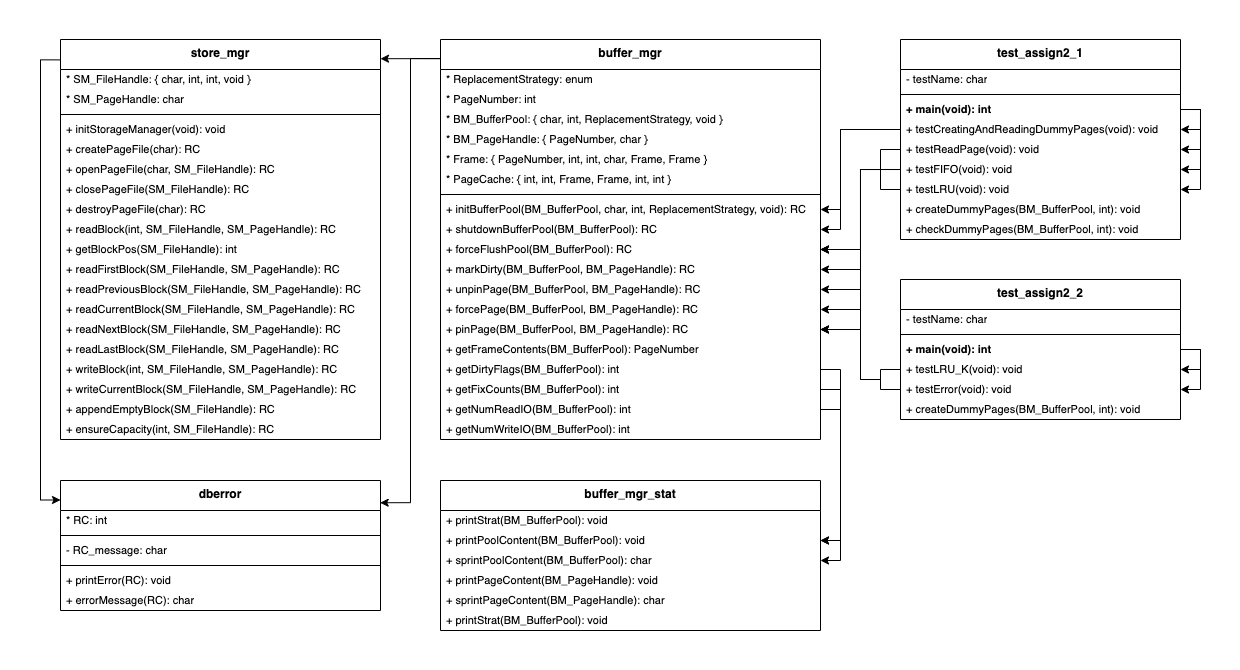
Above: assign2/hierarchy.png in hanggrian/IIT-CS525 (draw.io), before the change. Source tidied: cells renumbered, new cells last; positions are measured from the earlier drawing's top-left corner, leaving out a move shared by most shapes.
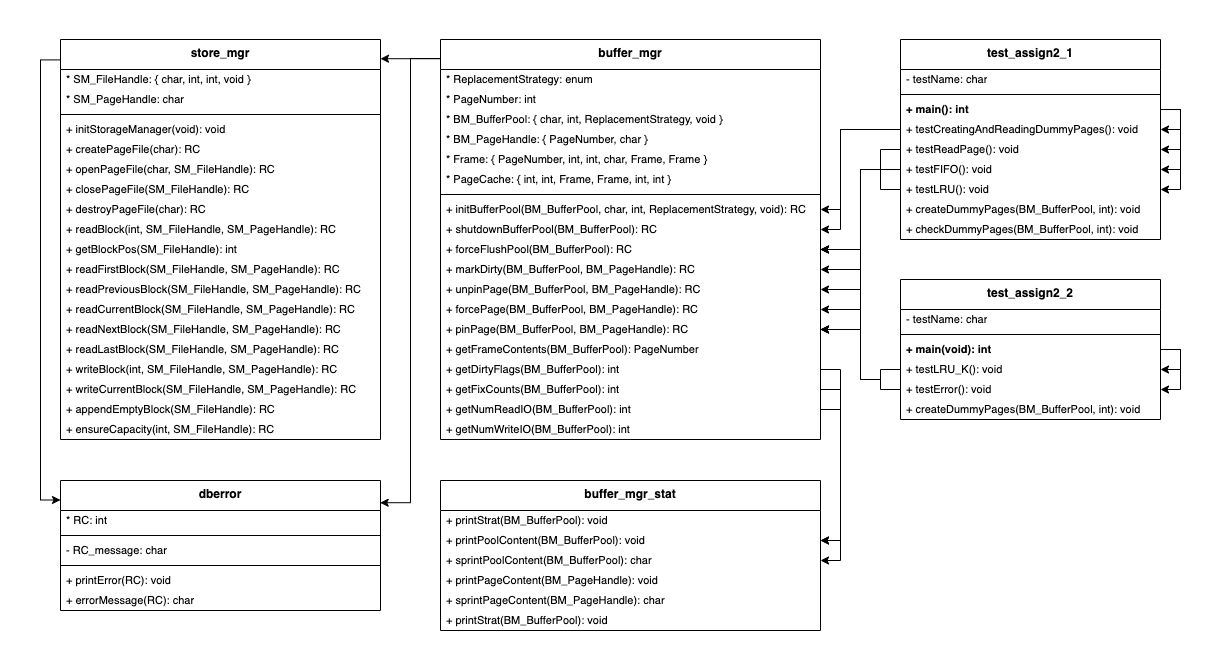
The same file after the commit.

Commit message:
Add assign3 hierarchy & interactive

The edit, as a diff of the source:
```diff
@@ -84,13 +84,13 @@
       <mxGeometry y="110" width="320" height="20" as="geometry" />
     </mxCell>
     <mxCell id="29" value="test_assign2_1" style="swimlane;fontStyle=1;align=center;verticalAlign=top;horizontal=1;startSize=30;whiteSpace=wrap;html=1;" parent="1" vertex="1">
-      <mxGeometry x="860" width="280" height="200" as="geometry" />
+      <mxGeometry x="860" width="260" height="200" as="geometry" />
     </mxCell>
     <mxCell id="30" value="- testName: char" style="text;strokeColor=none;fillColor=none;align=left;verticalAlign=middle;spacingLeft=4;spacingRight=4;overflow=hidden;whiteSpace=wrap;html=1;fontSize=11;" parent="29" vertex="1">
-      <mxGeometry y="30" width="280" height="20" as="geometry" />
+      <mxGeometry y="30" width="260" height="20" as="geometry" />
     </mxCell>
     <mxCell id="31" style="line;strokeWidth=1;fillColor=none;align=left;verticalAlign=middle;spacingTop=0;spacingLeft=0;spacingRight=0;labelPosition=right;strokeColor=inherit;spacing=0;" parent="29" vertex="1">
-      <mxGeometry y="50" width="280" height="10" as="geometry" />
+      <mxGeometry y="50" width="260" height="10" as="geometry" />
     </mxCell>
     <mxCell id="32" style="edgeStyle=orthogonalEdgeStyle;rounded=0;jettySize=auto;html=1;exitX=1;exitY=0.5;exitDx=0;exitDy=0;entryX=1;entryY=0.5;entryDx=0;entryDy=0;" parent="29" edge="1" source="36" target="39">
       <mxGeometry relative="1" as="geometry" />
@@ -98,8 +98,8 @@
     <mxCell id="33" style="edgeStyle=orthogonalEdgeStyle;rounded=0;jettySize=auto;html=1;exitX=1;exitY=0.5;exitDx=0;exitDy=0;entryX=1;entryY=0.5;entryDx=0;entryDy=0;" parent="29" edge="1" source="36" target="37">
       <mxGeometry relative="1" as="geometry">
         <Array as="points">
-          <mxPoint x="300" y="70" />
-          <mxPoint x="300" y="90" />
+          <mxPoint x="280" y="70" />
+          <mxPoint x="280" y="90" />
         </Array>
       </mxGeometry>
     </mxCell>
@@ -109,26 +109,26 @@
     <mxCell id="35" style="edgeStyle=orthogonalEdgeStyle;rounded=0;jettySize=auto;html=1;exitX=1;exitY=0.5;exitDx=0;exitDy=0;entryX=1;entryY=0.5;entryDx=0;entryDy=0;" parent="29" edge="1" source="36" target="40">
       <mxGeometry relative="1" as="geometry" />
     </mxCell>
-    <mxCell id="36" value="+ main(void): int" style="text;strokeColor=none;fillColor=none;align=left;verticalAlign=middle;spacingLeft=4;spacingRight=4;overflow=hidden;points=[[0,0.5],[1,0.5]];portConstraint=eastwest;whiteSpace=wrap;html=1;fontSize=11;fontStyle=1;" parent="29" vertex="1">
-      <mxGeometry y="60" width="280" height="20" as="geometry" />
+    <mxCell id="36" value="+ main(): int" style="text;strokeColor=none;fillColor=none;align=left;verticalAlign=middle;spacingLeft=4;spacingRight=4;overflow=hidden;points=[[0,0.5],[1,0.5]];portConstraint=eastwest;whiteSpace=wrap;html=1;fontSize=11;fontStyle=1;" parent="29" vertex="1">
+      <mxGeometry y="60" width="260" height="20" as="geometry" />
     </mxCell>
-    <mxCell id="37" value="+ testCreatingAndReadingDummyPages(void): void" style="text;strokeColor=none;fillColor=none;align=left;verticalAlign=middle;spacingLeft=4;spacingRight=4;overflow=hidden;points=[[0,0.5],[1,0.5]];portConstraint=eastwest;whiteSpace=wrap;html=1;fontSize=11;" parent="29" vertex="1">
-      <mxGeometry y="80" width="280" height="20" as="geometry" />
+    <mxCell id="37" value="+ testCreatingAndReadingDummyPages(): void" style="text;strokeColor=none;fillColor=none;align=left;verticalAlign=middle;spacingLeft=4;spacingRight=4;overflow=hidden;points=[[0,0.5],[1,0.5]];portConstraint=eastwest;whiteSpace=wrap;html=1;fontSize=11;" parent="29" vertex="1">
+      <mxGeometry y="80" width="260" height="20" as="geometry" />
     </mxCell>
-    <mxCell id="38" value="+ testReadPage(void): void" style="text;strokeColor=none;fillColor=none;align=left;verticalAlign=middle;spacingLeft=4;spacingRight=4;overflow=hidden;points=[[0,0.5],[1,0.5]];portConstraint=eastwest;whiteSpace=wrap;html=1;fontSize=11;" parent="29" vertex="1">
-      <mxGeometry y="100" width="280" height="20" as="geometry" />
+    <mxCell id="38" value="+ testReadPage(): void" style="text;strokeColor=none;fillColor=none;align=left;verticalAlign=middle;spacingLeft=4;spacingRight=4;overflow=hidden;points=[[0,0.5],[1,0.5]];portConstraint=eastwest;whiteSpace=wrap;html=1;fontSize=11;" parent="29" vertex="1">
+      <mxGeometry y="100" width="260" height="20" as="geometry" />
     </mxCell>
-    <mxCell id="39" value="+ testFIFO(void): void" style="text;strokeColor=none;fillColor=none;align=left;verticalAlign=middle;spacingLeft=4;spacingRight=4;overflow=hidden;points=[[0,0.5],[1,0.5]];portConstraint=eastwest;whiteSpace=wrap;html=1;fontSize=11;" parent="29" vertex="1">
-      <mxGeometry y="120" width="280" height="20" as="geometry" />
+    <mxCell id="39" value="+ testFIFO(): void" style="text;strokeColor=none;fillColor=none;align=left;verticalAlign=middle;spacingLeft=4;spacingRight=4;overflow=hidden;points=[[0,0.5],[1,0.5]];portConstraint=eastwest;whiteSpace=wrap;html=1;fontSize=11;" parent="29" vertex="1">
+      <mxGeometry y="120" width="260" height="20" as="geometry" />
     </mxCell>
-    <mxCell id="40" value="+ testLRU(void): void" style="text;strokeColor=none;fillColor=none;align=left;verticalAlign=middle;spacingLeft=4;spacingRight=4;overflow=hidden;points=[[0,0.5],[1,0.5]];portConstraint=eastwest;whiteSpace=wrap;html=1;fontSize=11;" parent="29" vertex="1">
-      <mxGeometry y="140" width="280" height="20" as="geometry" />
+    <mxCell id="40" value="+ testLRU(): void" style="text;strokeColor=none;fillColor=none;align=left;verticalAlign=middle;spacingLeft=4;spacingRight=4;overflow=hidden;points=[[0,0.5],[1,0.5]];portConstraint=eastwest;whiteSpace=wrap;html=1;fontSize=11;" parent="29" vertex="1">
+      <mxGeometry y="140" width="260" height="20" as="geometry" />
     </mxCell>
     <mxCell id="41" value="+ createDummyPages(BM_BufferPool, int): void" style="text;strokeColor=none;fillColor=none;align=left;verticalAlign=middle;spacingLeft=4;spacingRight=4;overflow=hidden;whiteSpace=wrap;html=1;fontSize=11;" parent="29" vertex="1">
-      <mxGeometry y="160" width="280" height="20" as="geometry" />
+      <mxGeometry y="160" width="260" height="20" as="geometry" />
     </mxCell>
     <mxCell id="42" value="+ checkDummyPages(BM_BufferPool, int): void" style="text;strokeColor=none;fillColor=none;align=left;verticalAlign=middle;spacingLeft=4;spacingRight=4;overflow=hidden;whiteSpace=wrap;html=1;fontSize=11;" parent="29" vertex="1">
-      <mxGeometry y="180" width="280" height="20" as="geometry" />
+      <mxGeometry y="180" width="260" height="20" as="geometry" />
     </mxCell>
     <mxCell id="43" value="buffer_mgr" style="swimlane;fontStyle=1;align=center;verticalAlign=top;horizontal=1;startSize=30;whiteSpace=wrap;html=1;" parent="1" vertex="1">
       <mxGeometry x="400" width="380" height="400" as="geometry" />
@@ -191,19 +191,19 @@
       <mxGeometry y="380" width="380" height="20" as="geometry" />
     </mxCell>
     <mxCell id="63" value="test_assign2_2" style="swimlane;fontStyle=1;align=center;verticalAlign=top;horizontal=1;startSize=30;whiteSpace=wrap;html=1;" parent="1" vertex="1">
-      <mxGeometry x="860" y="240" width="280" height="140" as="geometry" />
+      <mxGeometry x="860" y="240" width="260" height="140" as="geometry" />
     </mxCell>
     <mxCell id="64" value="- testName: char" style="text;strokeColor=none;fillColor=none;align=left;verticalAlign=middle;spacingLeft=4;spacingRight=4;overflow=hidden;whiteSpace=wrap;html=1;fontSize=11;" parent="63" vertex="1">
-      <mxGeometry y="30" width="280" height="20" as="geometry" />
+      <mxGeometry y="30" width="260" height="20" as="geometry" />
     </mxCell>
     <mxCell id="65" style="line;strokeWidth=1;fillColor=none;align=left;verticalAlign=middle;spacingTop=0;spacingLeft=0;spacingRight=0;labelPosition=right;strokeColor=inherit;spacing=0;" parent="63" vertex="1">
-      <mxGeometry y="50" width="280" height="10" as="geometry" />
+      <mxGeometry y="50" width="260" height="10" as="geometry" />
     </mxCell>
     <mxCell id="66" style="edgeStyle=orthogonalEdgeStyle;rounded=0;jettySize=auto;html=1;exitX=1;exitY=0.5;exitDx=0;exitDy=0;entryX=1;entryY=0.5;entryDx=0;entryDy=0;" parent="63" edge="1" source="68" target="69">
       <mxGeometry relative="1" as="geometry">
         <Array as="points">
-          <mxPoint x="300" y="70" />
-          <mxPoint x="300" y="90" />
+          <mxPoint x="280" y="70" />
+          <mxPoint x="280" y="90" />
         </Array>
       </mxGeometry>
     </mxCell>
@@ -211,16 +211,16 @@
       <mxGeometry relative="1" as="geometry" />
     </mxCell>
     <mxCell id="68" value="+ main(void): int" style="text;strokeColor=none;fillColor=none;align=left;verticalAlign=middle;spacingLeft=4;spacingRight=4;overflow=hidden;points=[[0,0.5],[1,0.5]];portConstraint=eastwest;whiteSpace=wrap;html=1;fontSize=11;fontStyle=1;" parent="63" vertex="1">
-      <mxGeometry y="60" width="280" height="20" as="geometry" />
+      <mxGeometry y="60" width="260" height="20" as="geometry" />
     </mxCell>
-    <mxCell id="69" value="+ testLRU_K(void): void" style="text;strokeColor=none;fillColor=none;align=left;verticalAlign=middle;spacingLeft=4;spacingRight=4;overflow=hidden;points=[[0,0.5],[1,0.5]];portConstraint=eastwest;whiteSpace=wrap;html=1;fontSize=11;" parent="63" vertex="1">
-      <mxGeometry y="80" width="280" height="20" as="geometry" />
+    <mxCell id="69" value="+ testLRU_K(): void" style="text;strokeColor=none;fillColor=none;align=left;verticalAlign=middle;spacingLeft=4;spacingRight=4;overflow=hidden;points=[[0,0.5],[1,0.5]];portConstraint=eastwest;whiteSpace=wrap;html=1;fontSize=11;" parent="63" vertex="1">
+      <mxGeometry y="80" width="260" height="20" as="geometry" />
     </mxCell>
-    <mxCell id="70" value="+ testError(void): void" style="text;strokeColor=none;fillColor=none;align=left;verticalAlign=middle;spacingLeft=4;spacingRight=4;overflow=hidden;points=[[0,0.5],[1,0.5]];portConstraint=eastwest;whiteSpace=wrap;html=1;fontSize=11;" parent="63" vertex="1">
-      <mxGeometry y="100" width="280" height="20" as="geometry" />
+    <mxCell id="70" value="+ testError(): void" style="text;strokeColor=none;fillColor=none;align=left;verticalAlign=middle;spacingLeft=4;spacingRight=4;overflow=hidden;points=[[0,0.5],[1,0.5]];portConstraint=eastwest;whiteSpace=wrap;html=1;fontSize=11;" parent="63" vertex="1">
+      <mxGeometry y="100" width="260" height="20" as="geometry" />
     </mxCell>
     <mxCell id="71" value="+ createDummyPages(BM_BufferPool, int): void" style="text;strokeColor=none;fillColor=none;align=left;verticalAlign=middle;spacingLeft=4;spacingRight=4;overflow=hidden;whiteSpace=wrap;html=1;fontSize=11;" parent="63" vertex="1">
-      <mxGeometry y="120" width="280" height="20" as="geometry" />
+      <mxGeometry y="120" width="260" height="20" as="geometry" />
     </mxCell>
     <mxCell id="72" value="buffer_mgr_stat" style="swimlane;fontStyle=1;align=center;verticalAlign=top;horizontal=1;startSize=30;whiteSpace=wrap;html=1;" parent="1" vertex="1">
       <mxGeometry x="400" y="441" width="380" height="150" as="geometry" />
```
